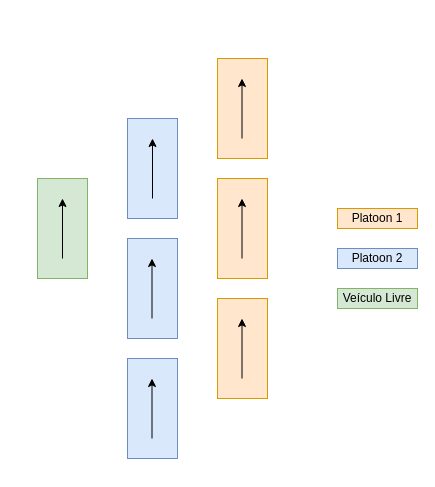
Before: MLP.drawio in BenjamimOliveira/LEI_UMinho, a draw.io diagram. Source tidied: cells renumbered, new cells numbered last; positions are measured from the earlier drawing's top-left corner, leaving out a move shared by most shapes. Both pictures are drawn from the tidied source at 100%, with x=0, y=0 at pixel (37, 58).
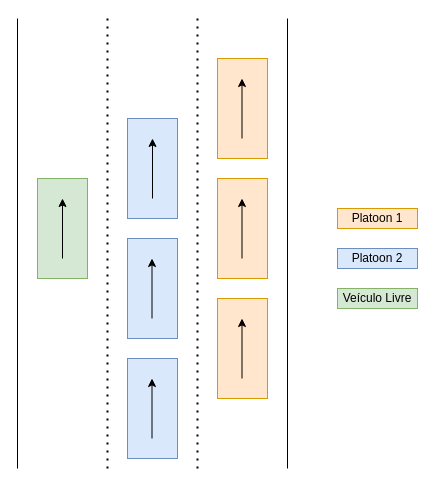
The same page after the edit.

The edit, as a diff of the source:
```diff
@@
+    <mxCell id="19" style="endArrow=none;dashed=1;html=1;dashPattern=1 3;strokeWidth=2;" parent="1" edge="1">
+      <mxGeometry relative="1" as="geometry">
+        <mxPoint x="70" y="410" as="sourcePoint" />
+        <mxPoint x="70" y="-40" as="targetPoint" />
+      </mxGeometry>
+    </mxCell>
+    <mxCell id="20" style="endArrow=none;dashed=1;html=1;dashPattern=1 3;strokeWidth=2;" parent="1" edge="1">
+      <mxGeometry relative="1" as="geometry">
+        <mxPoint x="160" y="410" as="sourcePoint" />
+        <mxPoint x="160" y="-40" as="targetPoint" />
+      </mxGeometry>
+    </mxCell>
+    <mxCell id="21" style="endArrow=none;html=1;" parent="1" edge="1">
+      <mxGeometry relative="1" as="geometry">
+        <mxPoint x="-20" y="410" as="sourcePoint" />
+        <mxPoint x="-20" y="-40" as="targetPoint" />
+      </mxGeometry>
+    </mxCell>
+    <mxCell id="22" style="endArrow=none;html=1;" parent="1" edge="1">
+      <mxGeometry relative="1" as="geometry">
+        <mxPoint x="250" y="410" as="sourcePoint" />
+        <mxPoint x="250" y="-40" as="targetPoint" />
+      </mxGeometry>
+    </mxCell>
```
